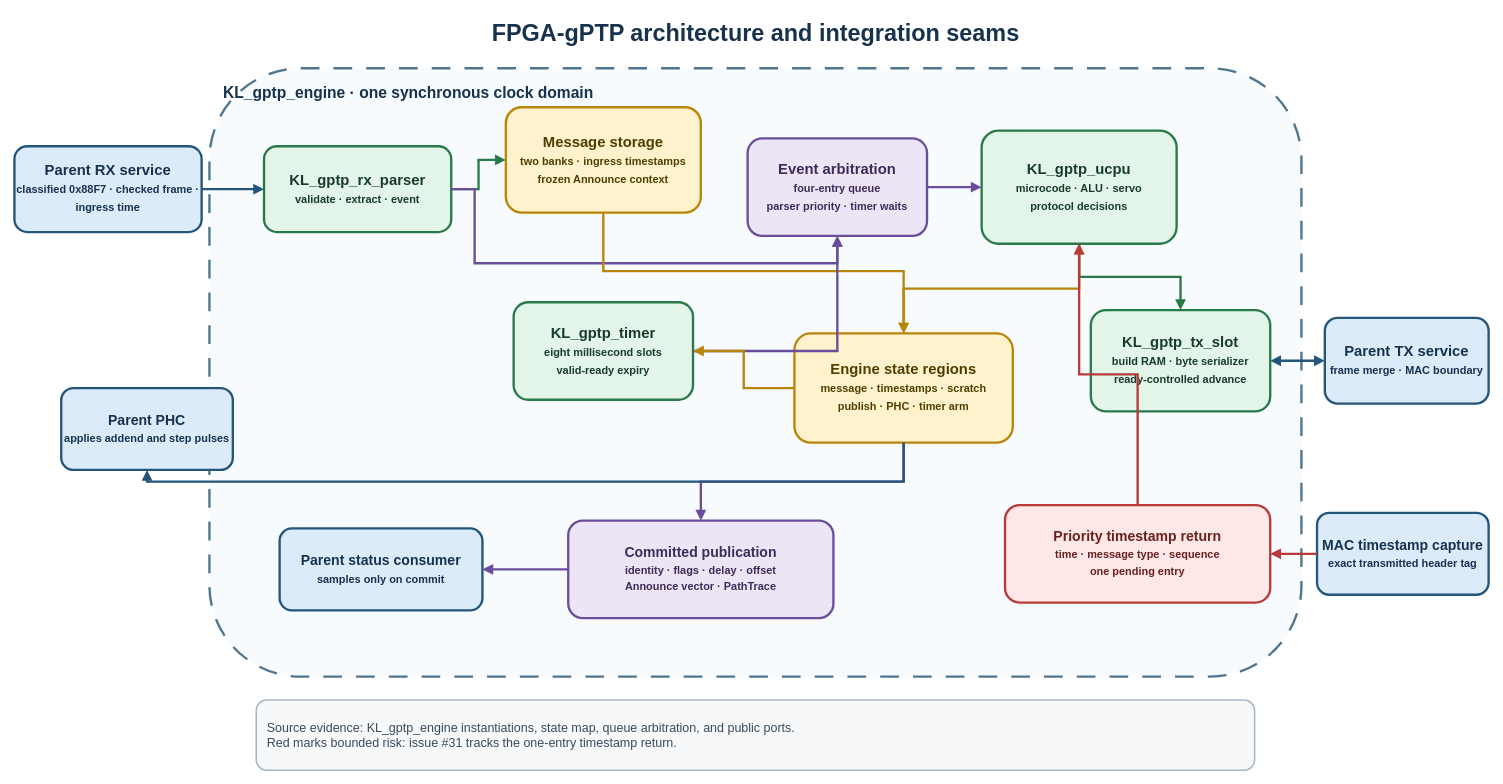
Mister-M-alt/FPGA-gPTP keeps this draw.io diagram as docs/diagrams/gptp_architecture.drawio. Above is the earlier version. Source tidied: cells renumbered, new cells numbered last; positions are measured from the earlier drawing's top-left corner, leaving out a move shared by most shapes. Both pictures are drawn from the tidied source at 78%, with x=0, y=0 at pixel (14, 13).
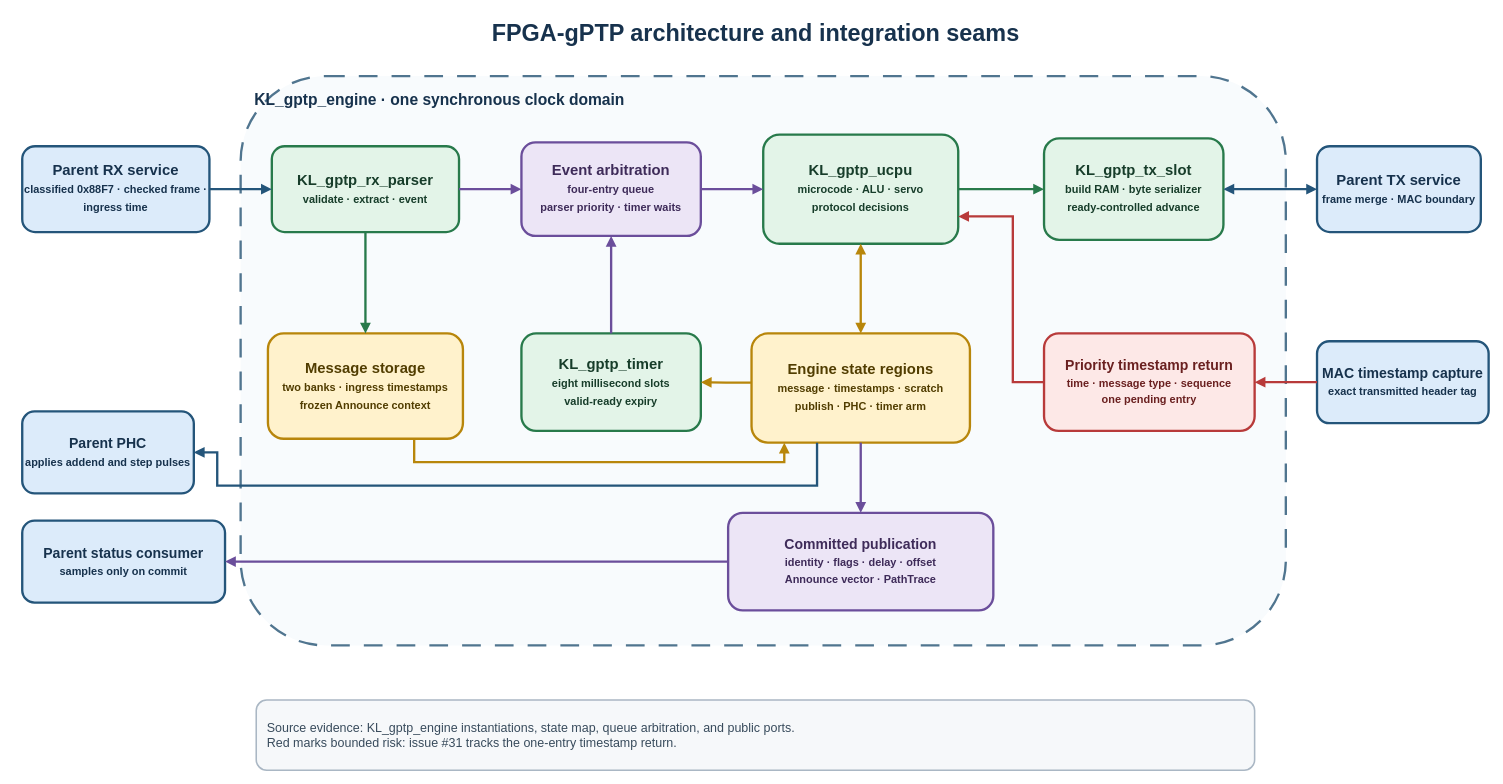
The same diagram, later.

Commit message (it also covers changes not shown here):
Lay the architecture diagram out along its dataflow

Change to the diagram source:
```diff
@@
     <mxCell id="3" value="KL_gptp_engine · one synchronous clock domain" style="rounded=1;whiteSpace=wrap;html=1;verticalAlign=top;align=left;spacingTop=12;spacingLeft=16;fontSize=20;fontStyle=1;fontColor=#17324D;fillColor=#F8FBFD;strokeColor=#50758F;strokeWidth=3;dashed=1;dashPattern=8 6;" parent="1" vertex="1">
-      <mxGeometry x="250" y="70" width="1400" height="780" as="geometry" />
+      <mxGeometry x="290" y="80" width="1340" height="730" as="geometry" />
     </mxCell>
     <mxCell id="4" value="Parent RX service&lt;br&gt;&lt;font style=&quot;font-size:14px&quot;&gt;classified 0x88F7 · checked frame · ingress time&lt;/font&gt;" style="rounded=1;whiteSpace=wrap;html=1;align=center;verticalAlign=middle;fontSize=19;fontStyle=1;fillColor=#DCEBFA;strokeColor=#24557A;strokeWidth=3;fontColor=#17324D;" parent="1" vertex="1">
-      <mxGeometry y="170" width="240" height="110" as="geometry" />
+      <mxGeometry x="10" y="170" width="240" height="110" as="geometry" />
     </mxCell>
     <mxCell id="5" value="KL_gptp_rx_parser&lt;br&gt;&lt;font style=&quot;font-size:14px&quot;&gt;validate · extract · event&lt;/font&gt;" style="rounded=1;whiteSpace=wrap;html=1;align=center;verticalAlign=middle;fontSize=19;fontStyle=1;fillColor=#E3F4E8;strokeColor=#287A4B;strokeWidth=3;fontColor=#173D2A;" parent="1" vertex="1">
-      <mxGeometry x="320" y="170" width="240" height="110" as="geometry" />
+      <mxGeometry x="330" y="170" width="240" height="110" as="geometry" />
     </mxCell>
     <mxCell id="6" value="Message storage&lt;br&gt;&lt;font style=&quot;font-size:14px&quot;&gt;two banks · ingress timestamps&lt;br&gt;frozen Announce context&lt;/font&gt;" style="rounded=1;whiteSpace=wrap;html=1;align=center;verticalAlign=middle;fontSize=19;fontStyle=1;fillColor=#FFF2CC;strokeColor=#B8860B;strokeWidth=3;fontColor=#513D00;" parent="1" vertex="1">
-      <mxGeometry x="630" y="120" width="250" height="135" as="geometry" />
+      <mxGeometry x="325" y="410" width="250" height="135" as="geometry" />
     </mxCell>
     <mxCell id="7" value="Event arbitration&lt;br&gt;&lt;font style=&quot;font-size:14px&quot;&gt;four-entry queue&lt;br&gt;parser priority · timer waits&lt;/font&gt;" style="rounded=1;whiteSpace=wrap;html=1;align=center;verticalAlign=middle;fontSize=19;fontStyle=1;fillColor=#ECE5F6;strokeColor=#6B4E9B;strokeWidth=3;fontColor=#3E2B59;" parent="1" vertex="1">
-      <mxGeometry x="940" y="160" width="230" height="125" as="geometry" />
+      <mxGeometry x="650" y="165" width="230" height="120" as="geometry" />
     </mxCell>
     <mxCell id="8" value="KL_gptp_ucpu&lt;br&gt;&lt;font style=&quot;font-size:14px&quot;&gt;microcode · ALU · servo&lt;br&gt;protocol decisions&lt;/font&gt;" style="rounded=1;whiteSpace=wrap;html=1;align=center;verticalAlign=middle;fontSize=19;fontStyle=1;fillColor=#E3F4E8;strokeColor=#287A4B;strokeWidth=3;fontColor=#173D2A;" parent="1" vertex="1">
-      <mxGeometry x="1240" y="150" width="250" height="145" as="geometry" />
+      <mxGeometry x="960" y="155" width="250" height="140" as="geometry" />
     </mxCell>
     <mxCell id="9" value="KL_gptp_tx_slot&lt;br&gt;&lt;font style=&quot;font-size:14px&quot;&gt;build RAM · byte serializer&lt;br&gt;ready-controlled advance&lt;/font&gt;" style="rounded=1;whiteSpace=wrap;html=1;align=center;verticalAlign=middle;fontSize=19;fontStyle=1;fillColor=#E3F4E8;strokeColor=#287A4B;strokeWidth=3;fontColor=#173D2A;" parent="1" vertex="1">
-      <mxGeometry x="1380" y="380" width="230" height="130" as="geometry" />
+      <mxGeometry x="1320" y="160" width="230" height="130" as="geometry" />
     </mxCell>
     <mxCell id="10" value="Parent TX service&lt;br&gt;&lt;font style=&quot;font-size:14px&quot;&gt;frame merge · MAC boundary&lt;/font&gt;" style="rounded=1;whiteSpace=wrap;html=1;align=center;verticalAlign=middle;fontSize=19;fontStyle=1;fillColor=#DCEBFA;strokeColor=#24557A;strokeWidth=3;fontColor=#17324D;" parent="1" vertex="1">
-      <mxGeometry x="1680" y="390" width="210" height="110" as="geometry" />
+      <mxGeometry x="1670" y="170" width="210" height="110" as="geometry" />
     </mxCell>
     <mxCell id="11" value="KL_gptp_timer&lt;br&gt;&lt;font style=&quot;font-size:14px&quot;&gt;eight millisecond slots&lt;br&gt;valid-ready expiry&lt;/font&gt;" style="rounded=1;whiteSpace=wrap;html=1;align=center;verticalAlign=middle;fontSize=19;fontStyle=1;fillColor=#E3F4E8;strokeColor=#287A4B;strokeWidth=3;fontColor=#173D2A;" parent="1" vertex="1">
-      <mxGeometry x="640" y="370" width="230" height="125" as="geometry" />
+      <mxGeometry x="650" y="410" width="230" height="125" as="geometry" />
     </mxCell>
     <mxCell id="12" value="Engine state regions&lt;br&gt;&lt;font style=&quot;font-size:14px&quot;&gt;message · timestamps · scratch&lt;br&gt;publish · PHC · timer arm&lt;/font&gt;" style="rounded=1;whiteSpace=wrap;html=1;align=center;verticalAlign=middle;fontSize=19;fontStyle=1;fillColor=#FFF2CC;strokeColor=#B8860B;strokeWidth=3;fontColor=#513D00;" parent="1" vertex="1">
-      <mxGeometry x="1000" y="410" width="280" height="140" as="geometry" />
+      <mxGeometry x="945" y="410" width="280" height="140" as="geometry" />
     </mxCell>
     <mxCell id="13" value="Priority timestamp return&lt;br&gt;&lt;font style=&quot;font-size:14px&quot;&gt;time · message type · sequence&lt;br&gt;one pending entry&lt;/font&gt;" style="rounded=1;whiteSpace=wrap;html=1;align=center;verticalAlign=middle;fontSize=18;fontStyle=1;fillColor=#FDE8E7;strokeColor=#B83A3A;strokeWidth=3;fontColor=#6A2020;" parent="1" vertex="1">
-      <mxGeometry x="1270" y="630" width="340" height="125" as="geometry" />
+      <mxGeometry x="1320" y="410" width="270" height="125" as="geometry" />
     </mxCell>
     <mxCell id="14" value="MAC timestamp capture&lt;br&gt;&lt;font style=&quot;font-size:14px&quot;&gt;exact transmitted header tag&lt;/font&gt;" style="rounded=1;whiteSpace=wrap;html=1;align=center;verticalAlign=middle;fontSize=18;fontStyle=1;fillColor=#DCEBFA;strokeColor=#24557A;strokeWidth=3;fontColor=#17324D;" parent="1" vertex="1">
-      <mxGeometry x="1670" y="640" width="220" height="105" as="geometry" />
+      <mxGeometry x="1670" y="420" width="220" height="105" as="geometry" />
     </mxCell>
     <mxCell id="15" value="Committed publication&lt;br&gt;&lt;font style=&quot;font-size:14px&quot;&gt;identity · flags · delay · offset&lt;br&gt;Announce vector · PathTrace&lt;/font&gt;" style="rounded=1;whiteSpace=wrap;html=1;align=center;verticalAlign=middle;fontSize=18;fontStyle=1;fillColor=#ECE5F6;strokeColor=#6B4E9B;strokeWidth=3;fontColor=#3E2B59;" parent="1" vertex="1">
-      <mxGeometry x="710" y="650" width="340" height="125" as="geometry" />
+      <mxGeometry x="915" y="640" width="340" height="125" as="geometry" />
     </mxCell>
     <mxCell id="16" value="Parent status consumer&lt;br&gt;&lt;font style=&quot;font-size:14px&quot;&gt;samples only on commit&lt;/font&gt;" style="rounded=1;whiteSpace=wrap;html=1;align=center;verticalAlign=middle;fontSize=18;fontStyle=1;fillColor=#DCEBFA;strokeColor=#24557A;strokeWidth=3;fontColor=#17324D;" parent="1" vertex="1">
-      <mxGeometry x="340" y="660" width="260" height="105" as="geometry" />
+      <mxGeometry x="10" y="650" width="260" height="105" as="geometry" />
     </mxCell>
     <mxCell id="17" value="Parent PHC&lt;br&gt;&lt;font style=&quot;font-size:14px&quot;&gt;applies addend and step pulses&lt;/font&gt;" style="rounded=1;whiteSpace=wrap;html=1;align=center;verticalAlign=middle;fontSize=18;fontStyle=1;fillColor=#DCEBFA;strokeColor=#24557A;strokeWidth=3;fontColor=#17324D;" parent="1" vertex="1">
-      <mxGeometry x="60" y="480" width="220" height="105" as="geometry" />
+      <mxGeometry x="10" y="510" width="220" height="105" as="geometry" />
     </mxCell>
@@
-    <mxCell id="19" style="edgeStyle=orthogonalEdgeStyle;rounded=0;jettySize=auto;html=1;endArrow=block;endFill=1;strokeColor=#24557A;strokeWidth=3;" parent="1" edge="1" source="4" target="5">
+    <mxCell id="19" style="edgeStyle=orthogonalEdgeStyle;rounded=0;jettySize=auto;html=1;endArrow=block;endFill=1;strokeColor=#24557A;strokeWidth=3;exitX=1;exitY=0.5;exitDx=0;exitDy=0;entryX=0;entryY=0.5;entryDx=0;entryDy=0;" parent="1" edge="1" source="4" target="5">
       <mxGeometry relative="1" as="geometry" />
     </mxCell>
-    <mxCell id="20" style="edgeStyle=orthogonalEdgeStyle;rounded=0;html=1;endArrow=block;endFill=1;strokeColor=#287A4B;strokeWidth=3;" parent="1" edge="1" source="5" target="6">
+    <mxCell id="20" style="edgeStyle=orthogonalEdgeStyle;rounded=0;html=1;endArrow=block;endFill=1;strokeColor=#287A4B;strokeWidth=3;exitX=0.5;exitY=1;exitDx=0;exitDy=0;entryX=0.5;entryY=0;entryDx=0;entryDy=0;" parent="1" edge="1" source="5" target="6">
       <mxGeometry relative="1" as="geometry" />
     </mxCell>
-    <mxCell id="21" style="edgeStyle=orthogonalEdgeStyle;rounded=0;html=1;endArrow=block;endFill=1;strokeColor=#6B4E9B;strokeWidth=3;" parent="1" edge="1" source="5" target="7">
-      <mxGeometry relative="1" as="geometry">
-        <Array as="points">
-          <mxPoint x="590" y="320" />
-          <mxPoint x="1055" y="320" />
-        </Array>
-      </mxGeometry>
+    <mxCell id="21" style="edgeStyle=orthogonalEdgeStyle;rounded=0;html=1;endArrow=block;endFill=1;strokeColor=#6B4E9B;strokeWidth=3;exitX=1;exitY=0.5;exitDx=0;exitDy=0;entryX=0;entryY=0.5;entryDx=0;entryDy=0;" parent="1" edge="1" source="5" target="7">
+      <mxGeometry relative="1" as="geometry" />
     </mxCell>
-    <mxCell id="22" style="edgeStyle=orthogonalEdgeStyle;rounded=0;html=1;endArrow=block;endFill=1;strokeColor=#B8860B;strokeWidth=3;" parent="1" edge="1" source="6" target="12">
+    <mxCell id="22" style="edgeStyle=orthogonalEdgeStyle;rounded=0;html=1;endArrow=block;endFill=1;strokeColor=#B8860B;strokeWidth=3;exitX=0.75;exitY=1;exitDx=0;exitDy=0;entryX=0.15;entryY=1;entryDx=0;entryDy=0;" parent="1" edge="1" source="6" target="12">
       <mxGeometry relative="1" as="geometry">
         <Array as="points">
-          <mxPoint x="755" y="330" />
-          <mxPoint x="1140" y="330" />
+          <mxPoint x="512" y="575" />
+          <mxPoint x="987" y="575" />
         </Array>
       </mxGeometry>
     </mxCell>
-    <mxCell id="23" style="edgeStyle=orthogonalEdgeStyle;rounded=0;html=1;endArrow=block;endFill=1;strokeColor=#6B4E9B;strokeWidth=3;" parent="1" edge="1" source="11" target="7">
+    <mxCell id="23" style="edgeStyle=orthogonalEdgeStyle;rounded=0;html=1;endArrow=block;endFill=1;strokeColor=#6B4E9B;strokeWidth=3;exitX=0.5;exitY=0;exitDx=0;exitDy=0;entryX=0.5;entryY=1;entryDx=0;entryDy=0;" parent="1" edge="1" source="11" target="7">
       <mxGeometry relative="1" as="geometry" />
     </mxCell>
-    <mxCell id="24" style="edgeStyle=orthogonalEdgeStyle;rounded=0;html=1;endArrow=block;endFill=1;strokeColor=#6B4E9B;strokeWidth=3;" parent="1" edge="1" source="7" target="8">
+    <mxCell id="24" style="edgeStyle=orthogonalEdgeStyle;rounded=0;html=1;endArrow=block;endFill=1;strokeColor=#6B4E9B;strokeWidth=3;exitX=1;exitY=0.5;exitDx=0;exitDy=0;entryX=0;entryY=0.5;entryDx=0;entryDy=0;" parent="1" edge="1" source="7" target="8">
       <mxGeometry relative="1" as="geometry" />
     </mxCell>
-    <mxCell id="25" style="edgeStyle=orthogonalEdgeStyle;rounded=0;html=1;startArrow=block;startFill=1;endArrow=block;endFill=1;strokeColor=#B8860B;strokeWidth=3;" parent="1" edge="1" source="8" target="12">
+    <mxCell id="25" style="edgeStyle=orthogonalEdgeStyle;rounded=0;html=1;startArrow=block;startFill=1;endArrow=block;endFill=1;strokeColor=#B8860B;strokeWidth=3;exitX=0.5;exitY=1;exitDx=0;exitDy=0;entryX=0.5;entryY=0;entryDx=0;entryDy=0;" parent="1" edge="1" source="8" target="12">
       <mxGeometry relative="1" as="geometry" />
     </mxCell>
-    <mxCell id="26" style="edgeStyle=orthogonalEdgeStyle;rounded=0;html=1;endArrow=block;endFill=1;strokeColor=#B8860B;strokeWidth=3;" parent="1" edge="1" source="12" target="11">
+    <mxCell id="26" style="edgeStyle=orthogonalEdgeStyle;rounded=0;html=1;endArrow=block;endFill=1;strokeColor=#B8860B;strokeWidth=3;exitX=0;exitY=0.45;exitDx=0;exitDy=0;entryX=1;entryY=0.5;entryDx=0;entryDy=0;" parent="1" edge="1" source="12" target="11">
       <mxGeometry relative="1" as="geometry" />
     </mxCell>
-    <mxCell id="27" style="edgeStyle=orthogonalEdgeStyle;rounded=0;html=1;endArrow=block;endFill=1;strokeColor=#287A4B;strokeWidth=3;" parent="1" edge="1" source="8" target="9">
+    <mxCell id="27" style="edgeStyle=orthogonalEdgeStyle;rounded=0;html=1;endArrow=block;endFill=1;strokeColor=#287A4B;strokeWidth=3;exitX=1;exitY=0.5;exitDx=0;exitDy=0;entryX=0;entryY=0.5;entryDx=0;entryDy=0;" parent="1" edge="1" source="8" target="9">
       <mxGeometry relative="1" as="geometry" />
     </mxCell>
-    <mxCell id="28" style="edgeStyle=orthogonalEdgeStyle;rounded=0;html=1;startArrow=block;startFill=1;endArrow=block;endFill=1;strokeColor=#24557A;strokeWidth=3;" parent="1" edge="1" source="9" target="10">
+    <mxCell id="28" style="edgeStyle=orthogonalEdgeStyle;rounded=0;html=1;startArrow=block;startFill=1;endArrow=block;endFill=1;strokeColor=#24557A;strokeWidth=3;exitX=1;exitY=0.5;exitDx=0;exitDy=0;entryX=0;entryY=0.5;entryDx=0;entryDy=0;" parent="1" edge="1" source="9" target="10">
       <mxGeometry relative="1" as="geometry" />
     </mxCell>
-    <mxCell id="29" style="edgeStyle=orthogonalEdgeStyle;rounded=0;html=1;endArrow=block;endFill=1;strokeColor=#B83A3A;strokeWidth=3;" parent="1" edge="1" source="14" target="13">
+    <mxCell id="29" style="edgeStyle=orthogonalEdgeStyle;rounded=0;html=1;endArrow=block;endFill=1;strokeColor=#B83A3A;strokeWidth=3;exitX=0;exitY=0.5;exitDx=0;exitDy=0;entryX=1;entryY=0.5;entryDx=0;entryDy=0;" parent="1" edge="1" source="14" target="13">
       <mxGeometry relative="1" as="geometry" />
     </mxCell>
-    <mxCell id="30" style="edgeStyle=orthogonalEdgeStyle;rounded=0;html=1;endArrow=block;endFill=1;strokeColor=#B83A3A;strokeWidth=3;" parent="1" edge="1" source="13" target="8">
-      <mxGeometry relative="1" as="geometry" />
+    <mxCell id="30" style="edgeStyle=orthogonalEdgeStyle;rounded=0;html=1;endArrow=block;endFill=1;strokeColor=#B83A3A;strokeWidth=3;exitX=0;exitY=0.5;exitDx=0;exitDy=0;entryX=1;entryY=0.75;entryDx=0;entryDy=0;" parent="1" edge="1" source="13" target="8">
+      <mxGeometry relative="1" as="geometry">
+        <Array as="points">
+          <mxPoint x="1280" y="472" />
+          <mxPoint x="1280" y="260" />
+        </Array>
+      </mxGeometry>
     </mxCell>
-    <mxCell id="31" style="edgeStyle=orthogonalEdgeStyle;rounded=0;html=1;endArrow=block;endFill=1;strokeColor=#6B4E9B;strokeWidth=3;" parent="1" edge="1" source="12" target="15">
+    <mxCell id="31" style="edgeStyle=orthogonalEdgeStyle;rounded=0;html=1;endArrow=block;endFill=1;strokeColor=#6B4E9B;strokeWidth=3;exitX=0.5;exitY=1;exitDx=0;exitDy=0;entryX=0.5;entryY=0;entryDx=0;entryDy=0;" parent="1" edge="1" source="12" target="15">
       <mxGeometry relative="1" as="geometry" />
     </mxCell>
-    <mxCell id="32" style="edgeStyle=orthogonalEdgeStyle;rounded=0;html=1;endArrow=block;endFill=1;strokeColor=#6B4E9B;strokeWidth=3;" parent="1" edge="1" source="15" target="16">
+    <mxCell id="32" style="edgeStyle=orthogonalEdgeStyle;rounded=0;html=1;endArrow=block;endFill=1;strokeColor=#6B4E9B;strokeWidth=3;exitX=0;exitY=0.5;exitDx=0;exitDy=0;entryX=1;entryY=0.5;entryDx=0;entryDy=0;" parent="1" edge="1" source="15" target="16">
       <mxGeometry relative="1" as="geometry" />
     </mxCell>
-    <mxCell id="33" style="edgeStyle=orthogonalEdgeStyle;rounded=0;html=1;endArrow=block;endFill=1;strokeColor=#24557A;strokeWidth=3;" parent="1" edge="1" source="12" target="17">
+    <mxCell id="33" style="edgeStyle=orthogonalEdgeStyle;rounded=0;html=1;endArrow=block;endFill=1;strokeColor=#24557A;strokeWidth=3;exitX=0.3;exitY=1;exitDx=0;exitDy=0;entryX=1;entryY=0.5;entryDx=0;entryDy=0;" parent="1" edge="1" source="12" target="17">
       <mxGeometry relative="1" as="geometry">
         <Array as="points">
-          <mxPoint x="960" y="600" />
-          <mxPoint x="310" y="600" />
+          <mxPoint x="1029" y="605" />
+          <mxPoint x="260" y="605" />
+          <mxPoint x="260" y="562" />
         </Array>
       </mxGeometry>
     </mxCell>
```
